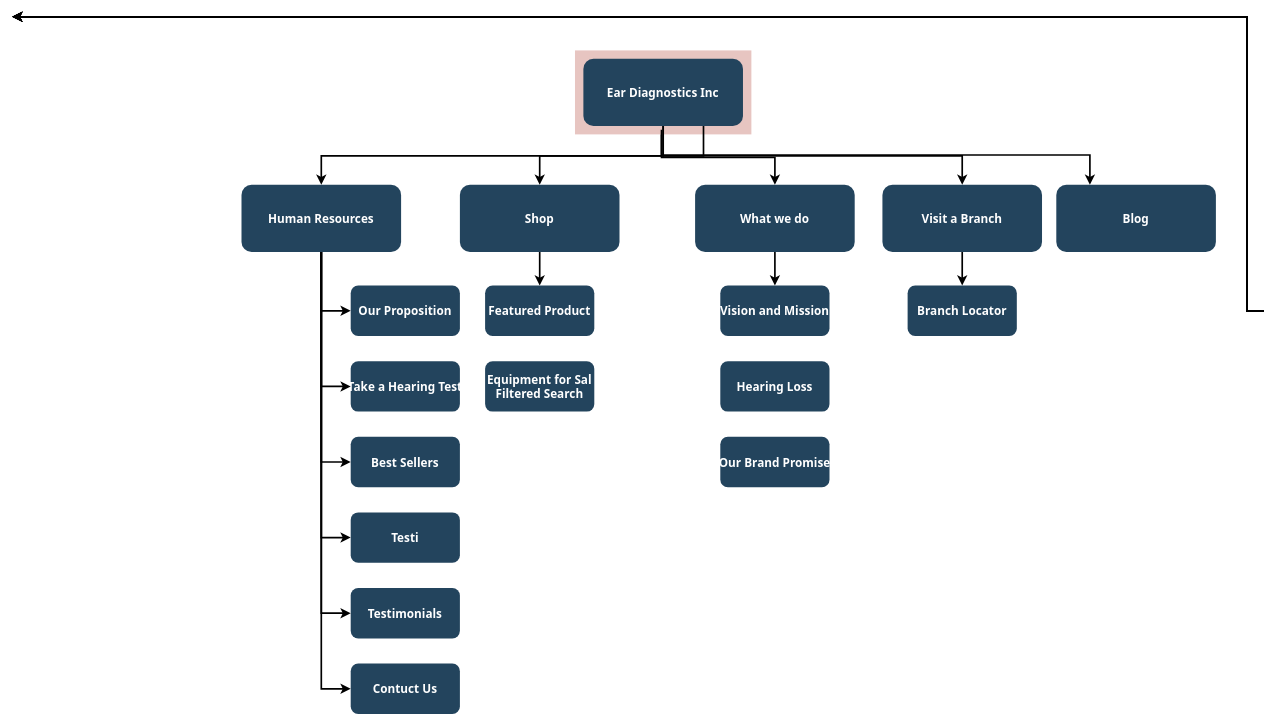
Earlier version of the draw.io diagram EDI Site Map.drawio (Juxwa/Juxwa). Source tidied: cells renumbered, new cells numbered last; positions are measured from the earlier drawing's top-left corner, leaving out a move shared by most shapes. Both pictures are drawn from the tidied source at 84%, with x=0, y=0 at pixel (12, 17).
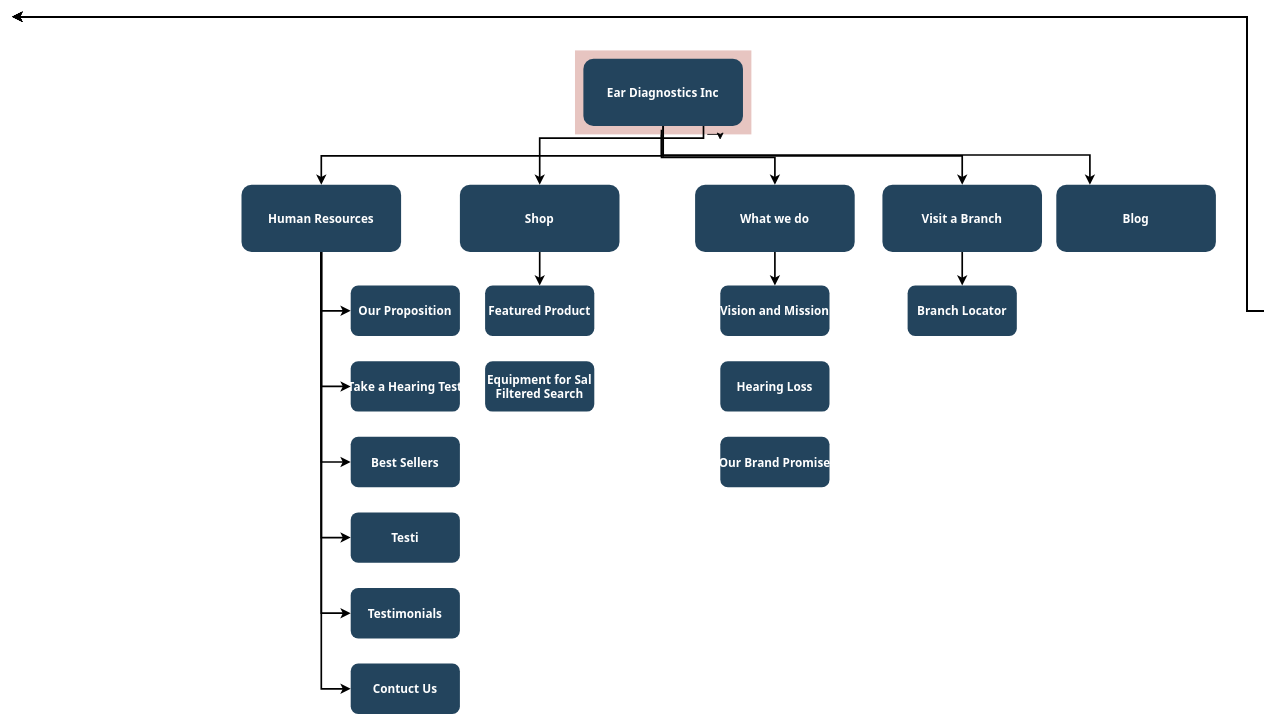
Above is the later version.

Unchanged cells that the change refers to:
```xml
<mxCell id="2" style="fillColor=#AE4132;strokeColor=none;opacity=30;" parent="1" vertex="1">
  <mxGeometry x="670" y="39.5" width="210" height="100" as="geometry" />
</mxCell>
<mxCell id="7" value="Shop" style="rounded=1;fillColor=#23445D;gradientColor=none;strokeColor=none;fontColor=#FFFFFF;fontStyle=1;fontFamily=Tahoma;fontSize=14;" parent="1" vertex="1">
  <mxGeometry x="533" y="199.5" width="190" height="80" as="geometry" />
</mxCell>
```

Diff of the diagram source:
```diff
@@
     <mxCell id="21" style="edgeStyle=elbowEdgeStyle;elbow=vertical;strokeWidth=2;rounded=0;" parent="1" edge="1" target="7">
       <mxGeometry x="395" y="225.5" as="geometry">
         <mxPoint x="823" y="129.5" as="sourcePoint" />
+        <Array as="points">
+          <mxPoint x="763" y="144" />
+        </Array>
       </mxGeometry>
     </mxCell>
@@
+    <mxCell id="41" style="edgeStyle=orthogonalEdgeStyle;rounded=0;orthogonalLoop=1;jettySize=auto;html=1;exitX=0.75;exitY=1;exitDx=0;exitDy=0;entryX=0.823;entryY=1.064;entryDx=0;entryDy=0;entryPerimeter=0;" parent="1" edge="1" source="2" target="2">
+      <mxGeometry relative="1" as="geometry" />
+    </mxCell>
```
